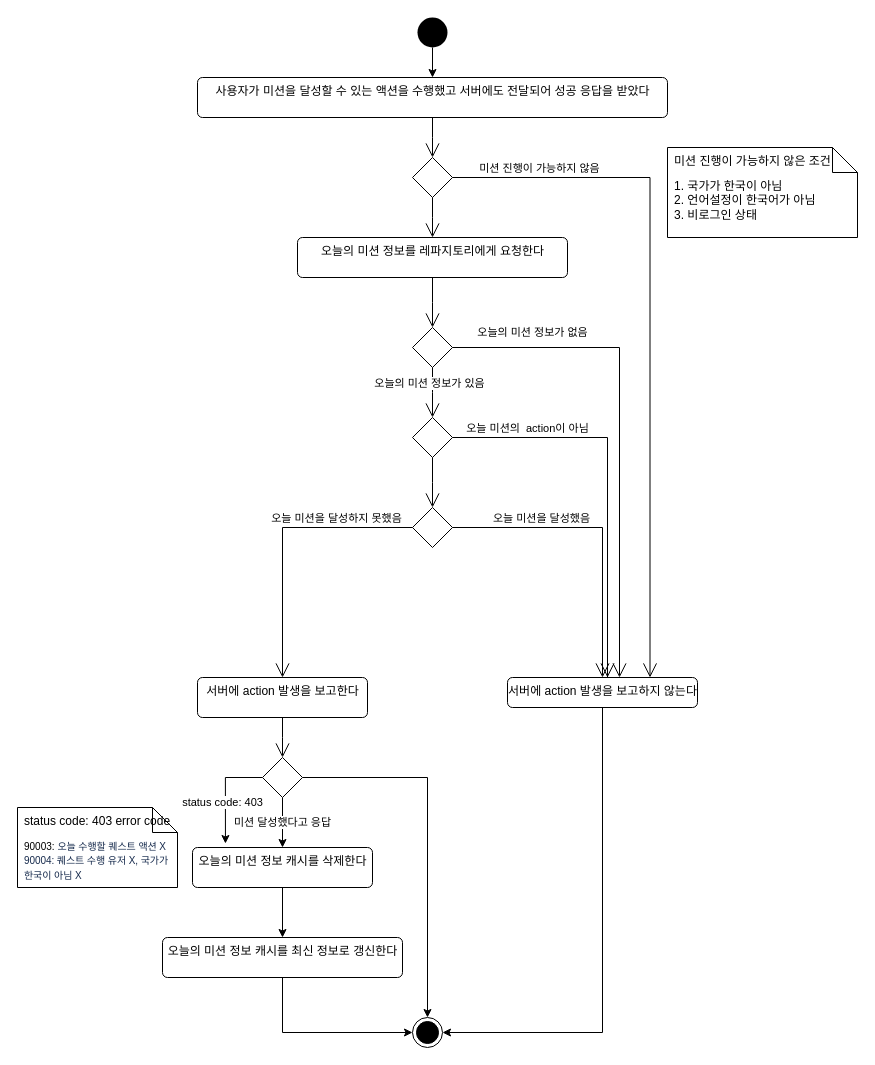
Earlier version of the draw.io diagram Untitled Diagram.drawio (gookhee/diagrams). Source tidied: cells renumbered, new cells numbered last; positions are measured from the earlier drawing's top-left corner, leaving out a move shared by most shapes. Both pictures are drawn from the tidied source at 100%, with x=0, y=0 at pixel (17, 17).
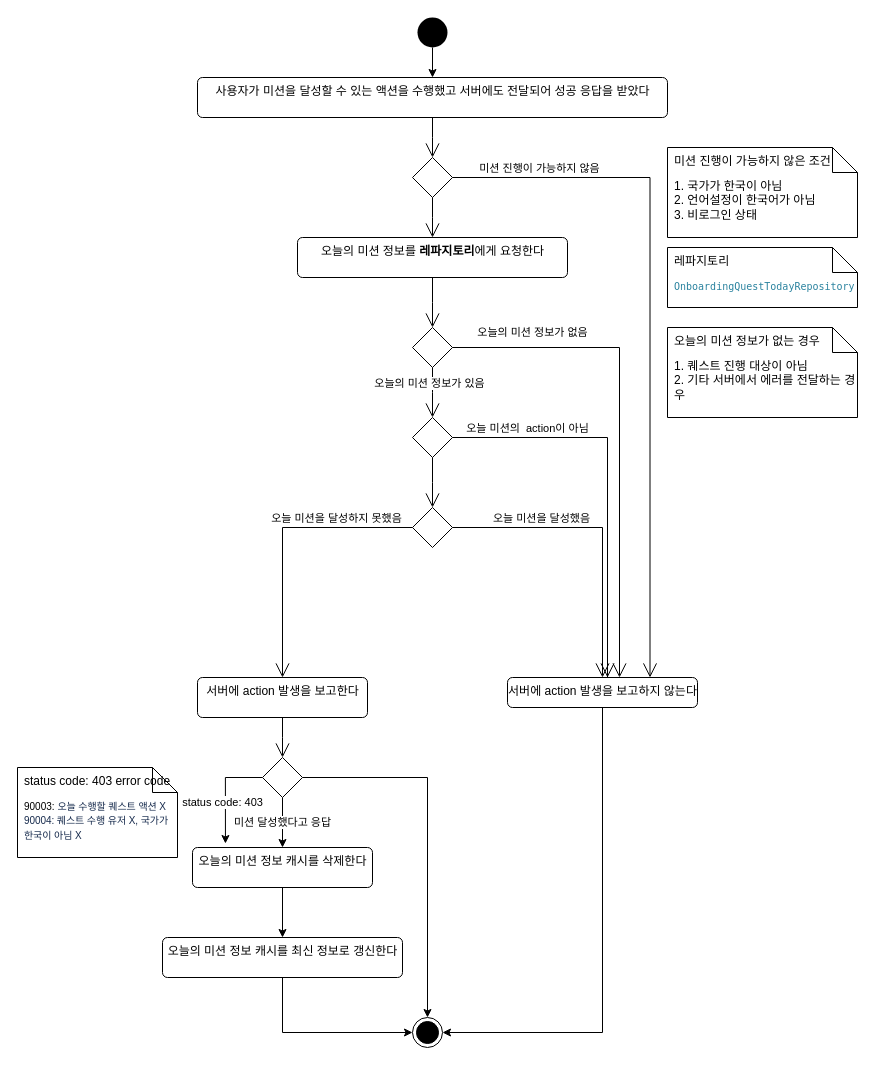
After the change.

Diff of the diagram source:
```diff
@@
-    <mxCell id="6" value="오늘의 미션 정보를 레파지토리에게 요청한다" style="html=1;align=center;verticalAlign=top;rounded=1;absoluteArcSize=1;arcSize=10;dashed=0;" parent="1" vertex="1">
+    <mxCell id="6" value="오늘의 미션 정보를 &lt;b&gt;레파지토리&lt;/b&gt;에게 요청한다" style="html=1;align=center;verticalAlign=top;rounded=1;absoluteArcSize=1;arcSize=10;dashed=0;" parent="1" vertex="1">
       <mxGeometry x="280" y="220" width="270" height="40" as="geometry" />
     </mxCell>
@@
     <mxCell id="36" value="&lt;font style=&quot;font-size: 10px&quot;&gt;90003:&amp;nbsp;&lt;span style=&quot;color: rgb(23 , 43 , 77) ; font-family: , &amp;#34;blinkmacsystemfont&amp;#34; , &amp;#34;segoe ui&amp;#34; , &amp;#34;roboto&amp;#34; , &amp;#34;noto sans&amp;#34; , &amp;#34;ubuntu&amp;#34; , &amp;#34;droid sans&amp;#34; , &amp;#34;helvetica neue&amp;#34; , sans-serif ; letter-spacing: -0.07999999821186066px ; background-color: rgb(255 , 255 , 255)&quot;&gt;오늘 수행할 퀘스트 액션 X&lt;br&gt;90004: 퀘스트 수행 유저 X, 국가가 한국이 아님 X&amp;nbsp;&lt;br&gt;&lt;/span&gt;&lt;/font&gt;" style="shape=note2;boundedLbl=1;whiteSpace=wrap;html=1;size=25;verticalAlign=top;align=left;spacingLeft=5;" parent="1" vertex="1">
-      <mxGeometry y="790" width="160" height="80" as="geometry" />
+      <mxGeometry y="750" width="160" height="90" as="geometry" />
     </mxCell>
@@
+    <mxCell id="40" value="1. 퀘스트 진행 대상이 아님&lt;br&gt;2. 기타 서버에서 에러를 전달하는 경우&amp;nbsp;" style="shape=note2;boundedLbl=1;whiteSpace=wrap;html=1;size=25;verticalAlign=top;align=left;spacingLeft=5;" parent="1" vertex="1">
+      <mxGeometry x="650" y="310" width="190" height="90" as="geometry" />
+    </mxCell>
+    <mxCell id="41" value="오늘의 미션 정보가 없는 경우" style="strokeColor=none;fillColor=none;align=left;spacingLeft=5;" parent="40" vertex="1">
+      <mxGeometry width="190" height="25" relative="1" as="geometry" />
+    </mxCell>
+    <mxCell id="42" value="&lt;p class=&quot;p1&quot; style=&quot;margin: 0px ; font-stretch: normal ; line-height: normal ; font-family: &amp;#34;menlo&amp;#34; ; color: rgb(43 , 131 , 159) ; background-color: rgb(255 , 255 , 255)&quot;&gt;&lt;font style=&quot;font-size: 10px&quot;&gt;OnboardingQuestTodayRepository&lt;/font&gt;&lt;/p&gt;" style="shape=note2;boundedLbl=1;whiteSpace=wrap;html=1;size=25;verticalAlign=top;align=left;spacingLeft=5;" parent="1" vertex="1">
+      <mxGeometry x="650" y="230" width="190" height="60" as="geometry" />
+    </mxCell>
+    <mxCell id="43" value="레파지토리" style="strokeColor=none;fillColor=none;align=left;spacingLeft=5;" parent="42" vertex="1">
+      <mxGeometry width="190" height="25" relative="1" as="geometry" />
+    </mxCell>
```
